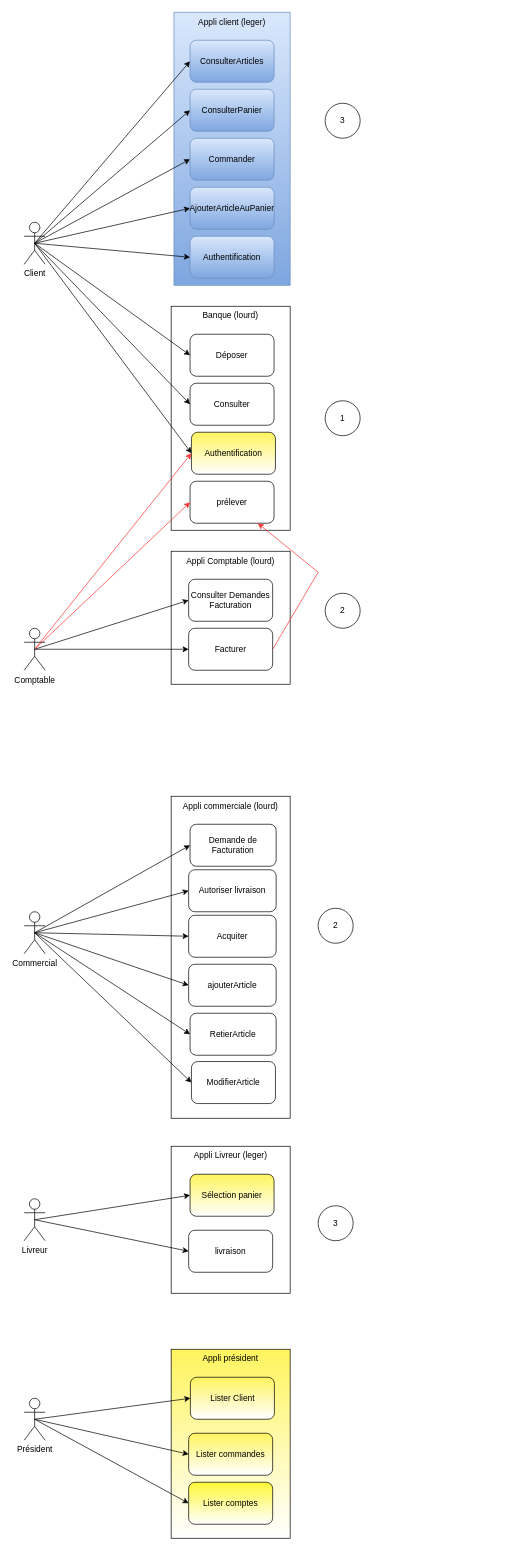
This is page "Use Case" (2 of 2) of jEE.drawio from BaptisteJrr/ProjetJEE, a draw.io file, before an edit. Source tidied: cells renumbered, new cells numbered last; positions are measured from the earlier drawing's top-left corner, leaving out a move shared by most shapes. Both pictures are drawn from the tidied source at 70%, with x=0, y=0 at pixel (24, 12).
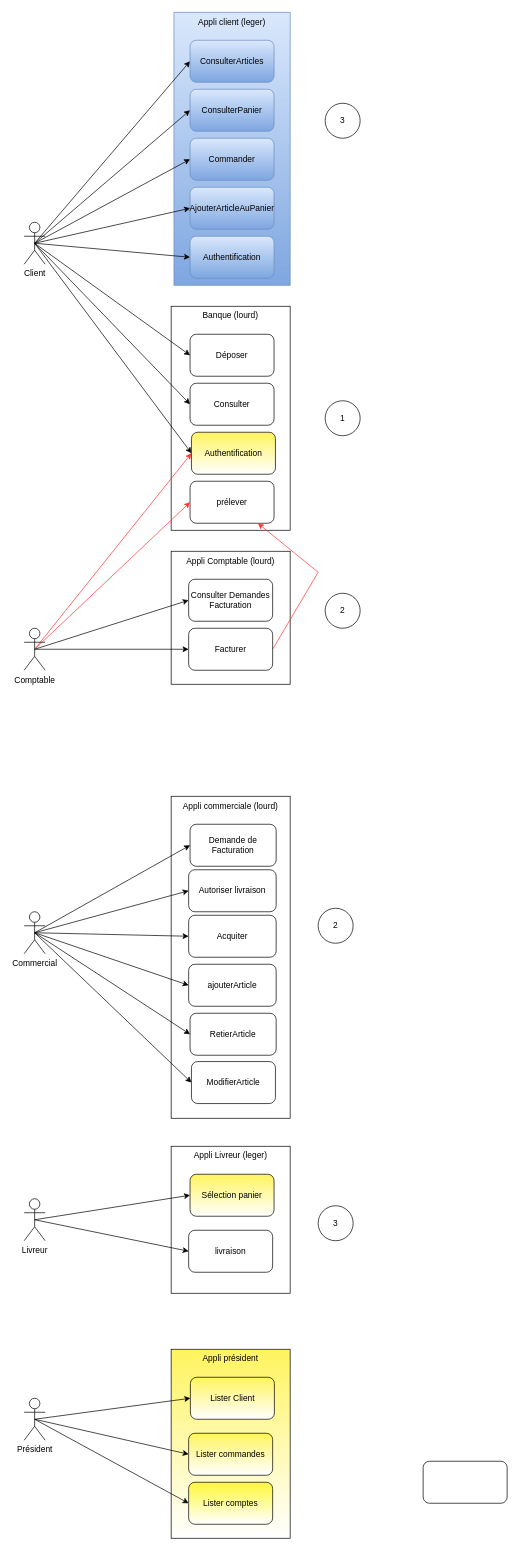
Above is the later version.

Change to the diagram source:
```diff
@@
+    <mxCell id="64" style="rounded=1;whiteSpace=wrap;html=1;" parent="1" vertex="1">
+      <mxGeometry x="570" y="2070" width="120" height="60" as="geometry" />
+    </mxCell>
```
